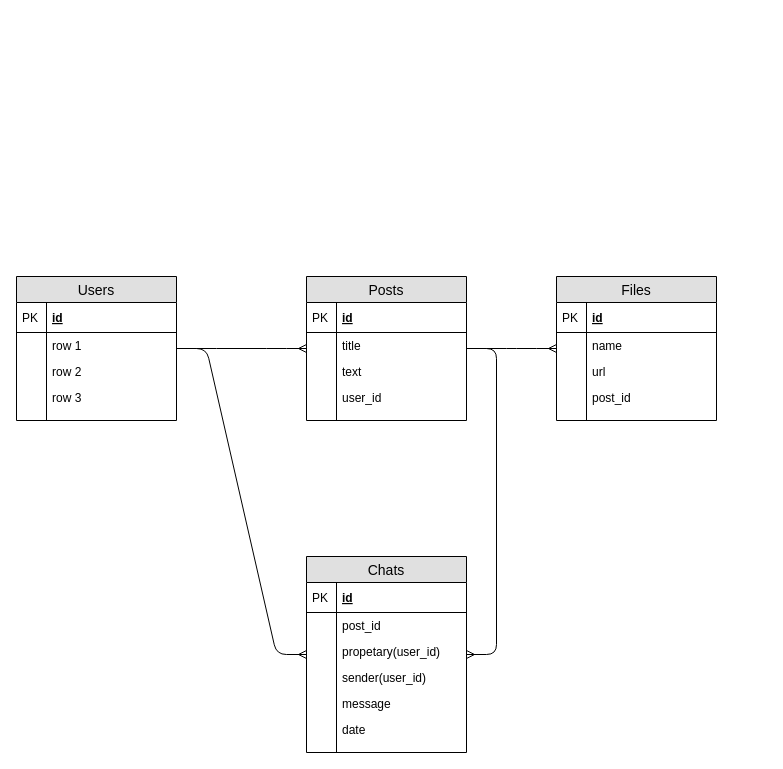
Isidro-hernndez/Texto1 keeps this draw.io diagram as laravel_interview.drawio. Above is the earlier version. Source tidied: cells renumbered, new cells numbered last; positions are measured from the earlier drawing's top-left corner, leaving out a move shared by most shapes. Both pictures are drawn from the tidied source at 100%, with x=0, y=0 at pixel (16, 276).
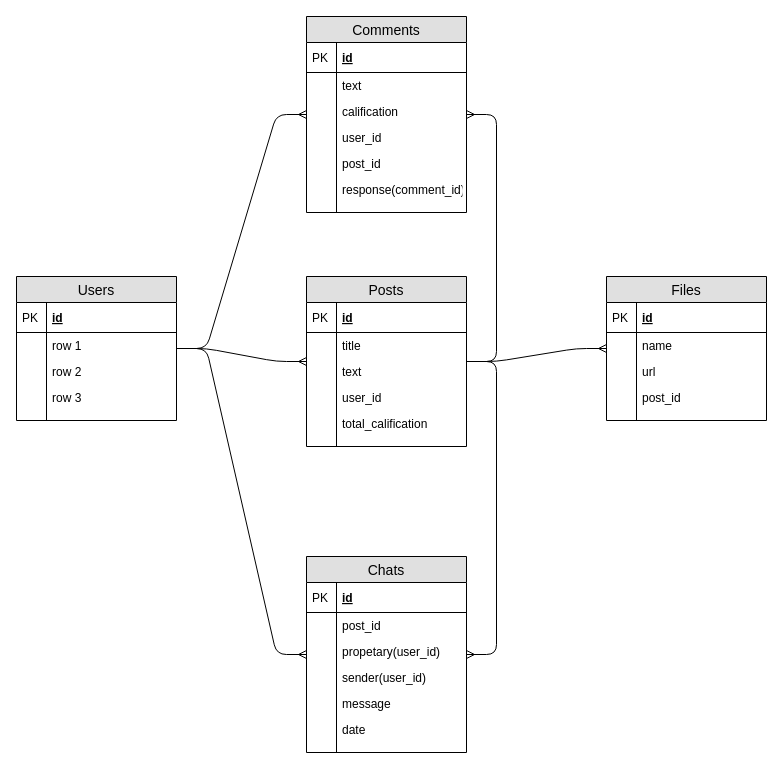
After the change.

Unchanged cells that the change refers to:
```xml
<mxCell id="2" value="Users" style="swimlane;fontStyle=0;horizontal=1;startSize=26;fillColor=#e0e0e0;swimlaneFillColor=#ffffff;align=center;fontSize=14;" parent="1" vertex="1">
  <mxGeometry width="160" height="144" as="geometry" />
</mxCell>
```

What changed in the source:
```diff
@@
     <mxCell id="13" value="Posts" style="swimlane;fontStyle=0;horizontal=1;startSize=26;fillColor=#e0e0e0;swimlaneFillColor=#ffffff;align=center;fontSize=14;" parent="1" vertex="1">
-      <mxGeometry x="290" width="160" height="144" as="geometry" />
+      <mxGeometry x="290" width="160" height="170" as="geometry" />
     </mxCell>
@@
+    <mxCell id="54" value="total_calification" style="shape=partialRectangle;top=0;left=0;right=0;bottom=0;align=left;verticalAlign=top;fillColor=none;spacingLeft=34;spacingRight=4;overflow=hidden;fontSize=12;" parent="13" vertex="1">
+      <mxGeometry y="134" width="160" height="26" as="geometry" />
+    </mxCell>
+    <mxCell id="55" style="shape=partialRectangle;top=0;left=0;bottom=0;fillColor=none;align=left;verticalAlign=top;spacingLeft=4;spacingRight=4;overflow=hidden;fontSize=12;" parent="54" vertex="1">
+      <mxGeometry width="30" height="26" as="geometry" />
+    </mxCell>
     <mxCell id="22" style="shape=partialRectangle;top=0;left=0;right=0;bottom=0;align=left;verticalAlign=top;fillColor=none;spacingLeft=34;spacingRight=4;overflow=hidden;fontSize=12;" parent="13" vertex="1">
-      <mxGeometry y="134" width="160" height="10" as="geometry" />
+      <mxGeometry y="160" width="160" height="10" as="geometry" />
     </mxCell>
@@
     <mxCell id="39" value="Files" style="swimlane;fontStyle=0;horizontal=1;startSize=26;fillColor=#e0e0e0;swimlaneFillColor=#ffffff;align=center;fontSize=14;" parent="1" vertex="1">
-      <mxGeometry x="540" width="160" height="144" as="geometry" />
+      <mxGeometry x="590" width="160" height="144" as="geometry" />
     </mxCell>
@@
+    <mxCell id="56" value="Comments" style="swimlane;fontStyle=0;horizontal=1;startSize=26;fillColor=#e0e0e0;swimlaneFillColor=#ffffff;align=center;fontSize=14;" parent="1" vertex="1">
+      <mxGeometry x="290" y="-260" width="160" height="196" as="geometry" />
+    </mxCell>
+    <mxCell id="57" value="id" style="shape=partialRectangle;top=0;left=0;right=0;bottom=1;align=left;verticalAlign=middle;fillColor=none;spacingLeft=34;spacingRight=4;overflow=hidden;fontStyle=5;fontSize=12;" parent="56" vertex="1">
+      <mxGeometry y="26" width="160" height="30" as="geometry" />
+    </mxCell>
+    <mxCell id="58" value="PK" style="shape=partialRectangle;top=0;left=0;bottom=0;fillColor=none;align=left;verticalAlign=middle;spacingLeft=4;spacingRight=4;overflow=hidden;fontSize=12;" parent="57" vertex="1">
+      <mxGeometry width="30" height="30" as="geometry" />
+    </mxCell>
+    <mxCell id="59" value="text" style="shape=partialRectangle;top=0;left=0;right=0;bottom=0;align=left;verticalAlign=top;fillColor=none;spacingLeft=34;spacingRight=4;overflow=hidden;fontSize=12;" parent="56" vertex="1">
+      <mxGeometry y="56" width="160" height="26" as="geometry" />
+    </mxCell>
+    <mxCell id="60" style="shape=partialRectangle;top=0;left=0;bottom=0;fillColor=none;align=left;verticalAlign=top;spacingLeft=4;spacingRight=4;overflow=hidden;fontSize=12;" parent="59" vertex="1">
+      <mxGeometry width="30" height="26" as="geometry" />
+    </mxCell>
+    <mxCell id="61" value="calification" style="shape=partialRectangle;top=0;left=0;right=0;bottom=0;align=left;verticalAlign=top;fillColor=none;spacingLeft=34;spacingRight=4;overflow=hidden;fontSize=12;" parent="56" vertex="1">
+      <mxGeometry y="82" width="160" height="26" as="geometry" />
+    </mxCell>
+    <mxCell id="62" style="shape=partialRectangle;top=0;left=0;bottom=0;fillColor=none;align=left;verticalAlign=top;spacingLeft=4;spacingRight=4;overflow=hidden;fontSize=12;" parent="61" vertex="1">
+      <mxGeometry width="30" height="26" as="geometry" />
+    </mxCell>
+    <mxCell id="63" value="user_id" style="shape=partialRectangle;top=0;left=0;right=0;bottom=0;align=left;verticalAlign=top;fillColor=none;spacingLeft=34;spacingRight=4;overflow=hidden;fontSize=12;" parent="56" vertex="1">
+      <mxGeometry y="108" width="160" height="26" as="geometry" />
+    </mxCell>
+    <mxCell id="64" style="shape=partialRectangle;top=0;left=0;bottom=0;fillColor=none;align=left;verticalAlign=top;spacingLeft=4;spacingRight=4;overflow=hidden;fontSize=12;" parent="63" vertex="1">
+      <mxGeometry width="30" height="26" as="geometry" />
+    </mxCell>
+    <mxCell id="65" value="post_id" style="shape=partialRectangle;top=0;left=0;right=0;bottom=0;align=left;verticalAlign=top;fillColor=none;spacingLeft=34;spacingRight=4;overflow=hidden;fontSize=12;" parent="56" vertex="1">
+      <mxGeometry y="134" width="160" height="26" as="geometry" />
+    </mxCell>
+    <mxCell id="66" style="shape=partialRectangle;top=0;left=0;bottom=0;fillColor=none;align=left;verticalAlign=top;spacingLeft=4;spacingRight=4;overflow=hidden;fontSize=12;" parent="65" vertex="1">
+      <mxGeometry width="30" height="26" as="geometry" />
+    </mxCell>
+    <mxCell id="67" value="response(comment_id)" style="shape=partialRectangle;top=0;left=0;right=0;bottom=0;align=left;verticalAlign=top;fillColor=none;spacingLeft=34;spacingRight=4;overflow=hidden;fontSize=12;" parent="56" vertex="1">
+      <mxGeometry y="160" width="160" height="26" as="geometry" />
+    </mxCell>
+    <mxCell id="68" style="shape=partialRectangle;top=0;left=0;bottom=0;fillColor=none;align=left;verticalAlign=top;spacingLeft=4;spacingRight=4;overflow=hidden;fontSize=12;" parent="67" vertex="1">
+      <mxGeometry width="30" height="26" as="geometry" />
+    </mxCell>
+    <mxCell id="69" style="shape=partialRectangle;top=0;left=0;right=0;bottom=0;align=left;verticalAlign=top;fillColor=none;spacingLeft=34;spacingRight=4;overflow=hidden;fontSize=12;" parent="56" vertex="1">
+      <mxGeometry y="186" width="160" height="10" as="geometry" />
+    </mxCell>
+    <mxCell id="70" style="shape=partialRectangle;top=0;left=0;bottom=0;fillColor=none;align=left;verticalAlign=top;spacingLeft=4;spacingRight=4;overflow=hidden;fontSize=12;" parent="69" vertex="1">
+      <mxGeometry width="30" height="10" as="geometry" />
+    </mxCell>
+    <mxCell id="71" style="edgeStyle=entityRelationEdgeStyle;fontSize=12;html=1;endArrow=ERmany;" parent="1" edge="1" source="13" target="56">
+      <mxGeometry relative="1" as="geometry" />
+    </mxCell>
+    <mxCell id="72" style="edgeStyle=entityRelationEdgeStyle;fontSize=12;html=1;endArrow=ERmany;" parent="1" edge="1" source="2" target="56">
+      <mxGeometry relative="1" as="geometry" />
+    </mxCell>
```
